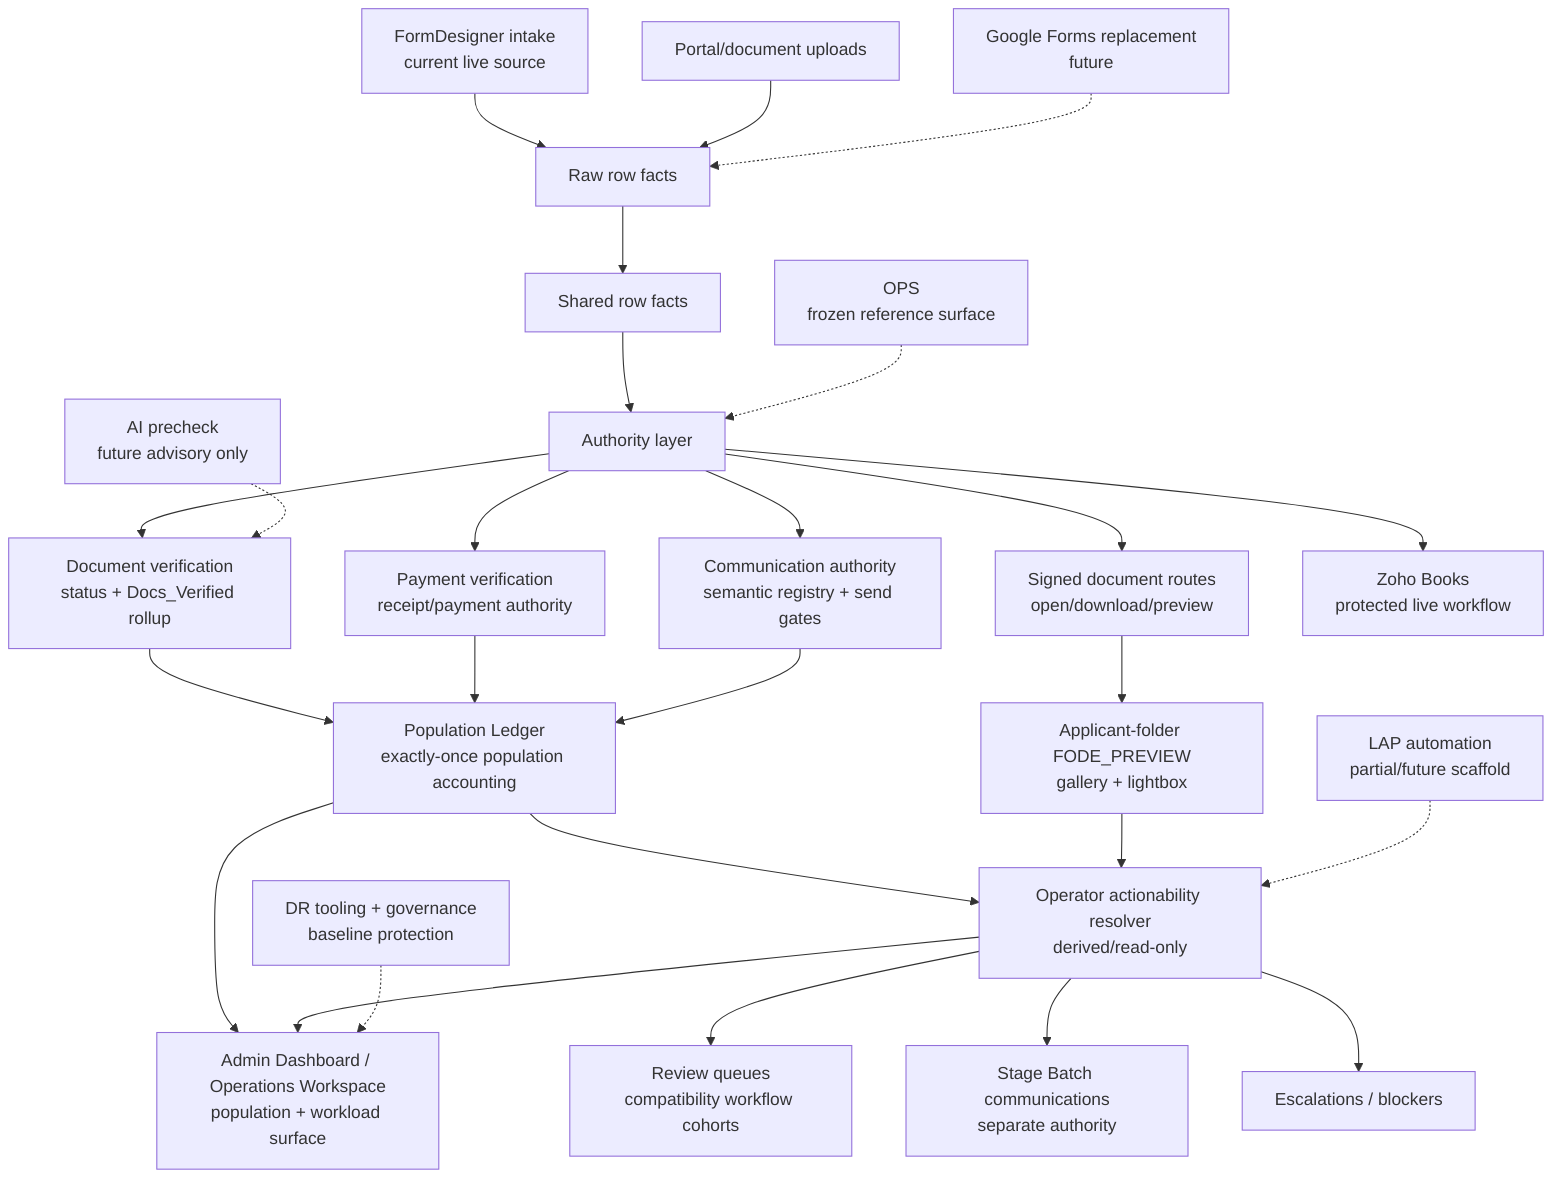
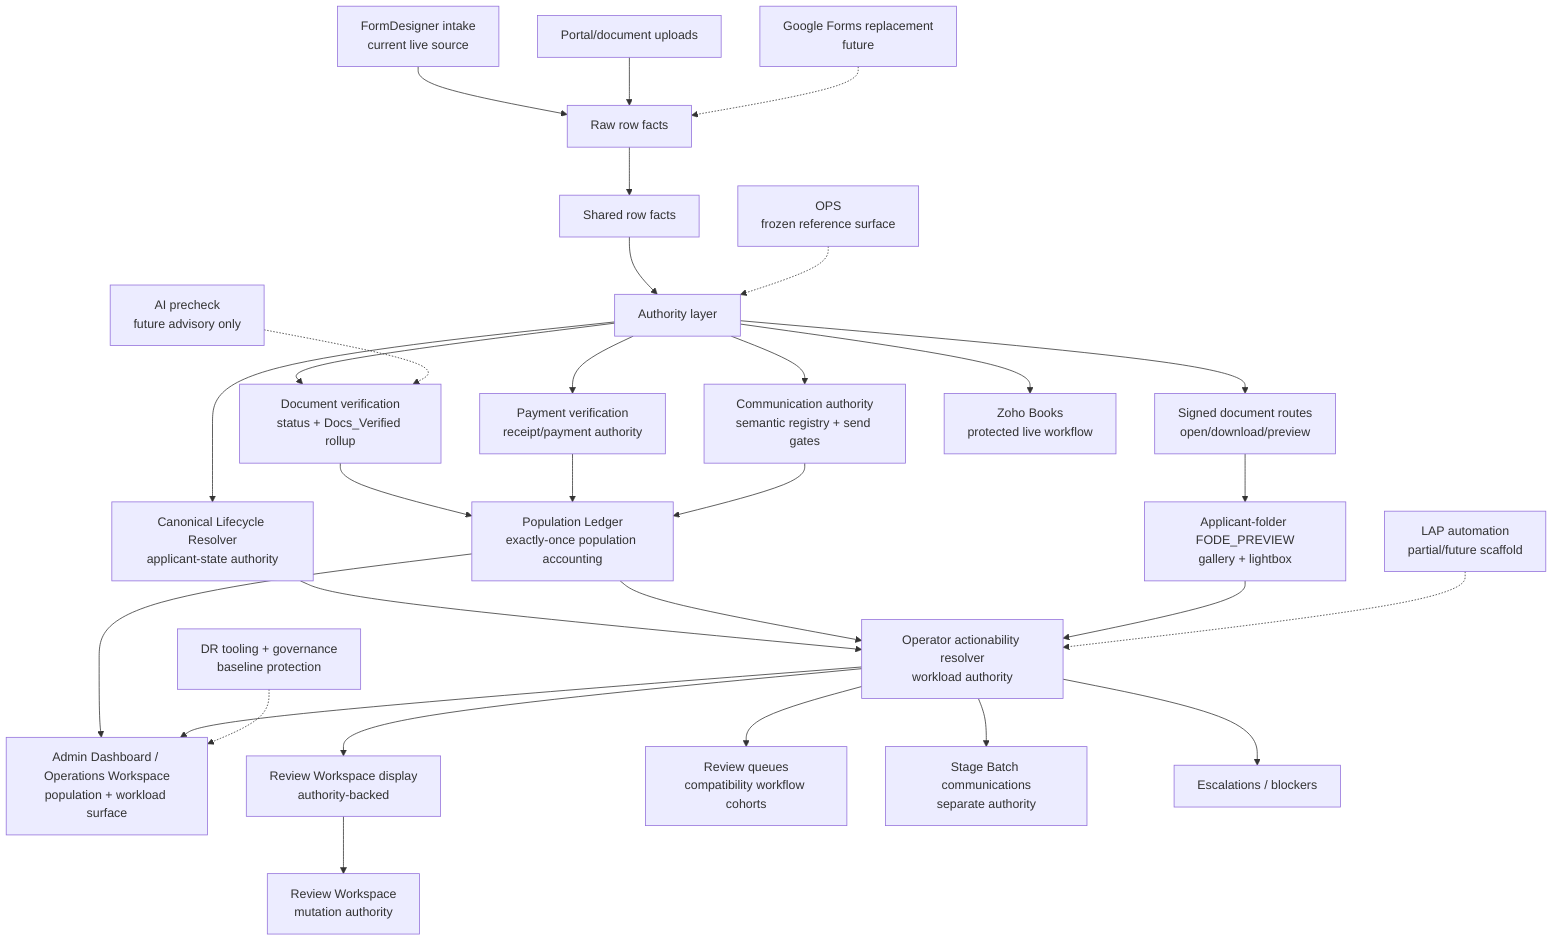
flowchart TD
  FD["FormDesigner intake<br/>current live source"] --> RF["Raw row facts"]
  PORTAL["Portal/document uploads"] --> RF
  GF["Google Forms replacement<br/>future"] -.-> RF

  RF --> SF["Shared row facts"]
  SF --> AUTH["Authority layer"]

+   AUTH --> LIFE["Canonical Lifecycle Resolver<br/>applicant-state authority"]
  AUTH --> DOC["Document verification<br/>status + Docs_Verified rollup"]
  AUTH --> PAY["Payment verification<br/>receipt/payment authority"]
  AUTH --> COMM["Communication authority<br/>semantic registry + send gates"]
  AUTH --> FILES["Signed document routes<br/>open/download/preview"]
  AUTH --> ZOHO["Zoho Books<br/>protected live workflow"]

  FILES --> PREVIEW["Applicant-folder FODE_PREVIEW<br/>gallery + lightbox"]

  DOC --> LEDGER["Population Ledger<br/>exactly-once population accounting"]
  PAY --> LEDGER
  COMM --> LEDGER
-   LEDGER --> ACTION["Operator actionability resolver<br/>derived/read-only"]
+   LIFE --> ACTION["Operator actionability resolver<br/>workload authority"]
+   LEDGER --> ACTION
  PREVIEW --> ACTION

  LEDGER --> ADMIN["Admin Dashboard / Operations Workspace<br/>population + workload surface"]
  ACTION --> ADMIN
+   ACTION --> REVIEW["Review Workspace display<br/>authority-backed"]
+   REVIEW --> MUTATE["Review Workspace<br/>mutation authority"]
  ACTION --> QUEUES["Review queues<br/>compatibility workflow cohorts"]
  ACTION --> STAGE["Stage Batch communications<br/>separate authority"]
  ACTION --> ESC["Escalations / blockers"]

  OPS["OPS<br/>frozen reference surface"] -.-> AUTH
  DR["DR tooling + governance<br/>baseline protection"] -.-> ADMIN
  AI["AI precheck<br/>future advisory only"] -.-> DOC
  LAP["LAP automation<br/>partial/future scaffold"] -.-> ACTION
